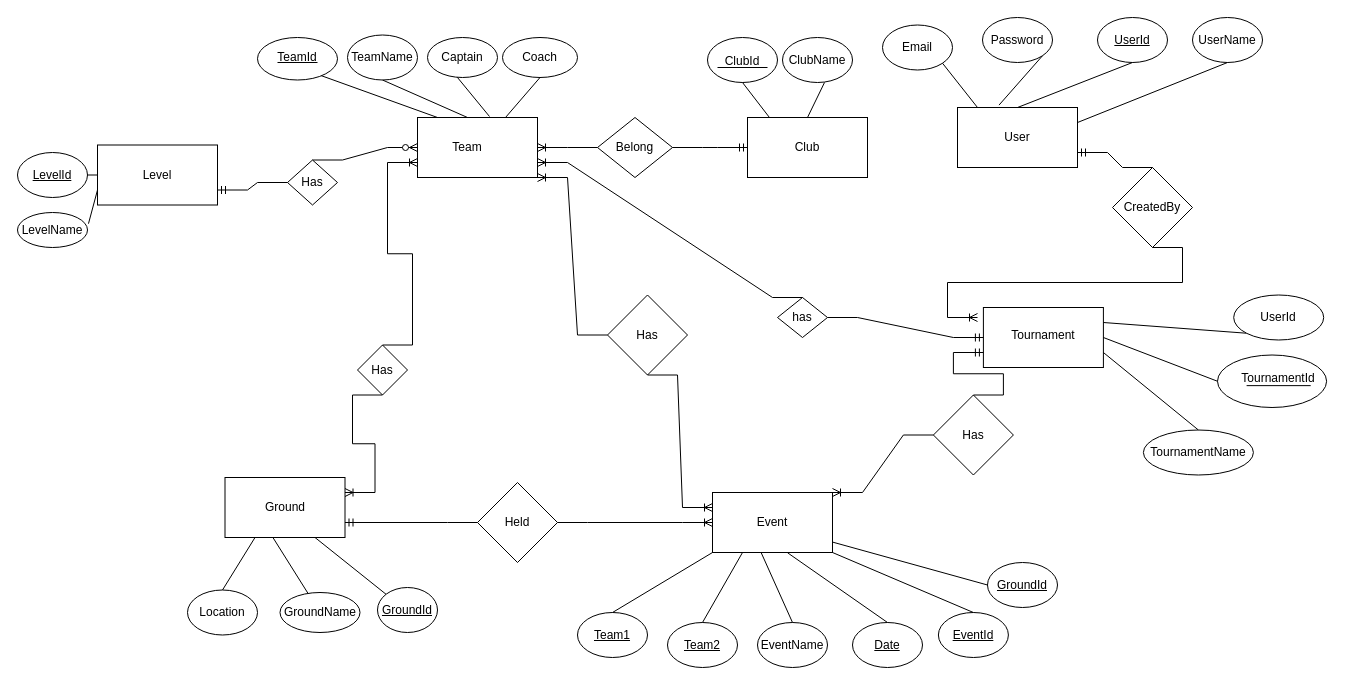
Above: Untitled Diagram.drawio in chamithopatha/Crickfix (draw.io), before the change. Source tidied: cells renumbered, new cells numbered last; positions are measured from the earlier drawing's top-left corner, leaving out a move shared by most shapes. Both pictures are drawn from the tidied source at 100%, with x=0, y=0 at pixel (17, 17).
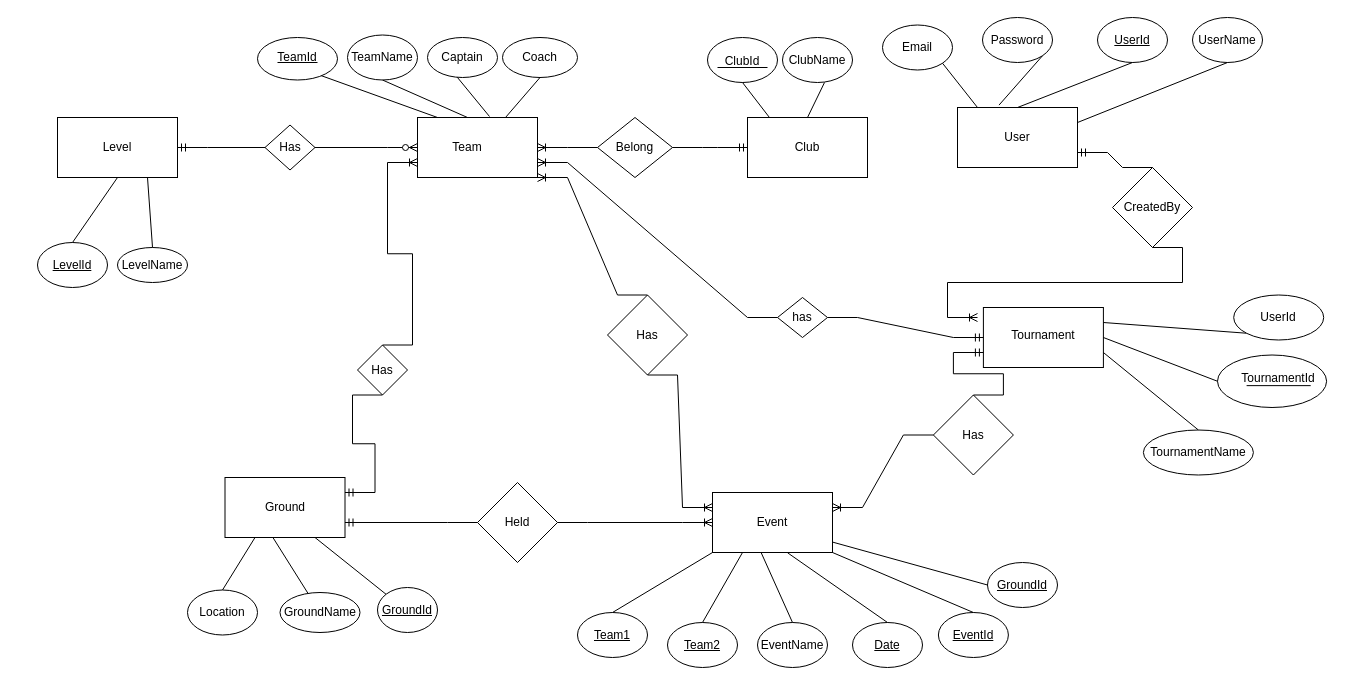
The same diagram, later.

The change refers to these unchanged cells:
```xml
<mxCell id="15" style="rounded=0;whiteSpace=wrap;html=1;" parent="1" vertex="1">
  <mxGeometry x="400" y="100" width="120" height="60" as="geometry" />
</mxCell>
<mxCell id="19" style="rounded=0;whiteSpace=wrap;html=1;" parent="1" vertex="1">
  <mxGeometry x="207.5" y="460" width="120" height="60" as="geometry" />
</mxCell>
<mxCell id="22" style="rounded=0;whiteSpace=wrap;html=1;" parent="1" vertex="1">
  <mxGeometry x="695" y="475" width="120" height="60" as="geometry" />
</mxCell>
<mxCell id="58" value="has" style="rhombus;whiteSpace=wrap;html=1;rotation=0;" parent="1" vertex="1">
  <mxGeometry x="760" y="280" width="50" height="40" as="geometry" />
</mxCell>
<mxCell id="61" value="Has" style="rhombus;whiteSpace=wrap;html=1;rotation=0;" parent="1" vertex="1">
  <mxGeometry x="340" y="327.5" width="50" height="50" as="geometry" />
</mxCell>
<mxCell id="80" value="Has" style="rhombus;whiteSpace=wrap;html=1;" parent="1" vertex="1">
  <mxGeometry x="590" y="277.5" width="80" height="80" as="geometry" />
</mxCell>
<mxCell id="90" value="Has" style="rhombus;whiteSpace=wrap;html=1;" parent="1" vertex="1">
  <mxGeometry x="915.9" y="377.5" width="80" height="80" as="geometry" />
</mxCell>
```

What changed in the source:
```diff
@@
     <mxCell id="21" value="Level" style="rounded=0;whiteSpace=wrap;html=1;" parent="1" vertex="1">
-      <mxGeometry x="80" y="127.5" width="120" height="60" as="geometry" />
+      <mxGeometry x="40" y="100" width="120" height="60" as="geometry" />
     </mxCell>
@@
     <mxCell id="47" value="Has" style="rhombus;whiteSpace=wrap;html=1;rotation=0;" parent="1" vertex="1">
-      <mxGeometry x="270" y="142.5" width="50" height="45" as="geometry" />
+      <mxGeometry x="247.5" y="107.5" width="50" height="45" as="geometry" />
     </mxCell>
@@
     <mxCell id="53" value="&lt;u&gt;LevelId&lt;/u&gt;" style="ellipse;whiteSpace=wrap;html=1;" parent="1" vertex="1">
-      <mxGeometry y="135" width="70" height="45" as="geometry" />
+      <mxGeometry x="20" y="225" width="70" height="45" as="geometry" />
     </mxCell>
-    <mxCell id="54" style="endArrow=none;html=1;rounded=0;exitX=0;exitY=0.5;exitDx=0;exitDy=0;entryX=1;entryY=0.5;entryDx=0;entryDy=0;" parent="1" edge="1" source="21" target="53">
+    <mxCell id="54" style="endArrow=none;html=1;rounded=0;exitX=0.5;exitY=1;exitDx=0;exitDy=0;entryX=0.5;entryY=0;entryDx=0;entryDy=0;" parent="1" edge="1" source="21" target="53">
       <mxGeometry relative="1" as="geometry" />
     </mxCell>
     <mxCell id="55" value="LevelName" style="ellipse;whiteSpace=wrap;html=1;" parent="1" vertex="1">
-      <mxGeometry y="195" width="70" height="35" as="geometry" />
+      <mxGeometry x="100" y="230" width="70" height="35" as="geometry" />
     </mxCell>
-    <mxCell id="56" style="endArrow=none;html=1;rounded=0;entryX=1.014;entryY=0.319;entryDx=0;entryDy=0;exitX=0;exitY=0.75;exitDx=0;exitDy=0;entryPerimeter=0;" parent="1" edge="1" source="21" target="55">
+    <mxCell id="56" style="endArrow=none;html=1;rounded=0;entryX=0.5;entryY=0;entryDx=0;entryDy=0;exitX=0.75;exitY=1;exitDx=0;exitDy=0;" parent="1" edge="1" source="21" target="55">
       <mxGeometry relative="1" as="geometry" />
     </mxCell>
@@
-    <mxCell id="63" style="edgeStyle=entityRelationEdgeStyle;fontSize=12;html=1;endArrow=ERoneToMany;rounded=0;entryX=1;entryY=0.75;entryDx=0;entryDy=0;exitX=0.5;exitY=0;exitDx=0;exitDy=0;" parent="1" edge="1" source="58" target="15">
+    <mxCell id="63" style="edgeStyle=entityRelationEdgeStyle;fontSize=12;html=1;endArrow=ERoneToMany;rounded=0;entryX=1;entryY=0.75;entryDx=0;entryDy=0;exitX=0;exitY=0.5;exitDx=0;exitDy=0;" parent="1" edge="1" source="58" target="15">
       <mxGeometry relative="1" as="geometry" />
     </mxCell>
@@
-    <mxCell id="86" style="edgeStyle=entityRelationEdgeStyle;fontSize=12;html=1;endArrow=ERzeroToMany;endFill=1;rounded=0;entryX=0;entryY=0.5;entryDx=0;entryDy=0;exitX=0.5;exitY=0;exitDx=0;exitDy=0;" parent="1" edge="1" source="47" target="15">
+    <mxCell id="86" style="edgeStyle=entityRelationEdgeStyle;fontSize=12;html=1;endArrow=ERzeroToMany;endFill=1;rounded=0;entryX=0;entryY=0.5;entryDx=0;entryDy=0;exitX=1;exitY=0.5;exitDx=0;exitDy=0;" parent="1" edge="1" source="47" target="15">
       <mxGeometry relative="1" as="geometry" />
     </mxCell>
-    <mxCell id="87" style="edgeStyle=entityRelationEdgeStyle;fontSize=12;html=1;endArrow=ERmandOne;rounded=0;entryX=1;entryY=0.75;entryDx=0;entryDy=0;exitX=0;exitY=0.5;exitDx=0;exitDy=0;" parent="1" edge="1" source="47" target="21">
+    <mxCell id="87" style="edgeStyle=entityRelationEdgeStyle;fontSize=12;html=1;endArrow=ERmandOne;rounded=0;exitX=0;exitY=0.5;exitDx=0;exitDy=0;entryX=1;entryY=0.5;entryDx=0;entryDy=0;" parent="1" edge="1" source="47" target="21">
       <mxGeometry relative="1" as="geometry">
         <Array as="points">
-          <mxPoint x="590" y="240" />
+          <mxPoint x="575" y="350" />
+          <mxPoint x="250" y="160" />
         </Array>
       </mxGeometry>
     </mxCell>
@@
-    <mxCell id="91" style="edgeStyle=entityRelationEdgeStyle;fontSize=12;html=1;endArrow=ERoneToMany;rounded=0;exitX=0;exitY=0.5;exitDx=0;exitDy=0;entryX=1;entryY=0;entryDx=0;entryDy=0;" parent="1" edge="1" source="90" target="22">
+    <mxCell id="91" style="edgeStyle=entityRelationEdgeStyle;fontSize=12;html=1;endArrow=ERoneToMany;rounded=0;exitX=0;exitY=0.5;exitDx=0;exitDy=0;entryX=1;entryY=0.25;entryDx=0;entryDy=0;" parent="1" edge="1" source="90" target="22">
       <mxGeometry relative="1" as="geometry" />
     </mxCell>
@@
-    <mxCell id="94" style="edgeStyle=entityRelationEdgeStyle;fontSize=12;html=1;endArrow=ERoneToMany;rounded=0;exitX=0;exitY=0.5;exitDx=0;exitDy=0;entryX=1;entryY=1;entryDx=0;entryDy=0;" parent="1" edge="1" source="80" target="15">
+    <mxCell id="94" style="edgeStyle=entityRelationEdgeStyle;fontSize=12;html=1;endArrow=ERoneToMany;rounded=0;exitX=0.5;exitY=0;exitDx=0;exitDy=0;entryX=1;entryY=1;entryDx=0;entryDy=0;" parent="1" edge="1" source="80" target="15">
       <mxGeometry relative="1" as="geometry" />
     </mxCell>
@@
-    <mxCell id="96" style="edgeStyle=entityRelationEdgeStyle;fontSize=12;html=1;endArrow=ERoneToMany;rounded=0;exitX=0.5;exitY=1;exitDx=0;exitDy=0;entryX=1;entryY=0.25;entryDx=0;entryDy=0;" parent="1" edge="1" source="61" target="19">
-      <mxGeometry relative="1" as="geometry" />
-    </mxCell>
@@
+    <mxCell id="96" style="edgeStyle=entityRelationEdgeStyle;fontSize=12;html=1;endArrow=ERmandOne;rounded=0;exitX=0.5;exitY=1;exitDx=0;exitDy=0;entryX=1;entryY=0.25;entryDx=0;entryDy=0;" parent="1" edge="1" source="61" target="19">
+      <mxGeometry relative="1" as="geometry" />
+    </mxCell>
```
